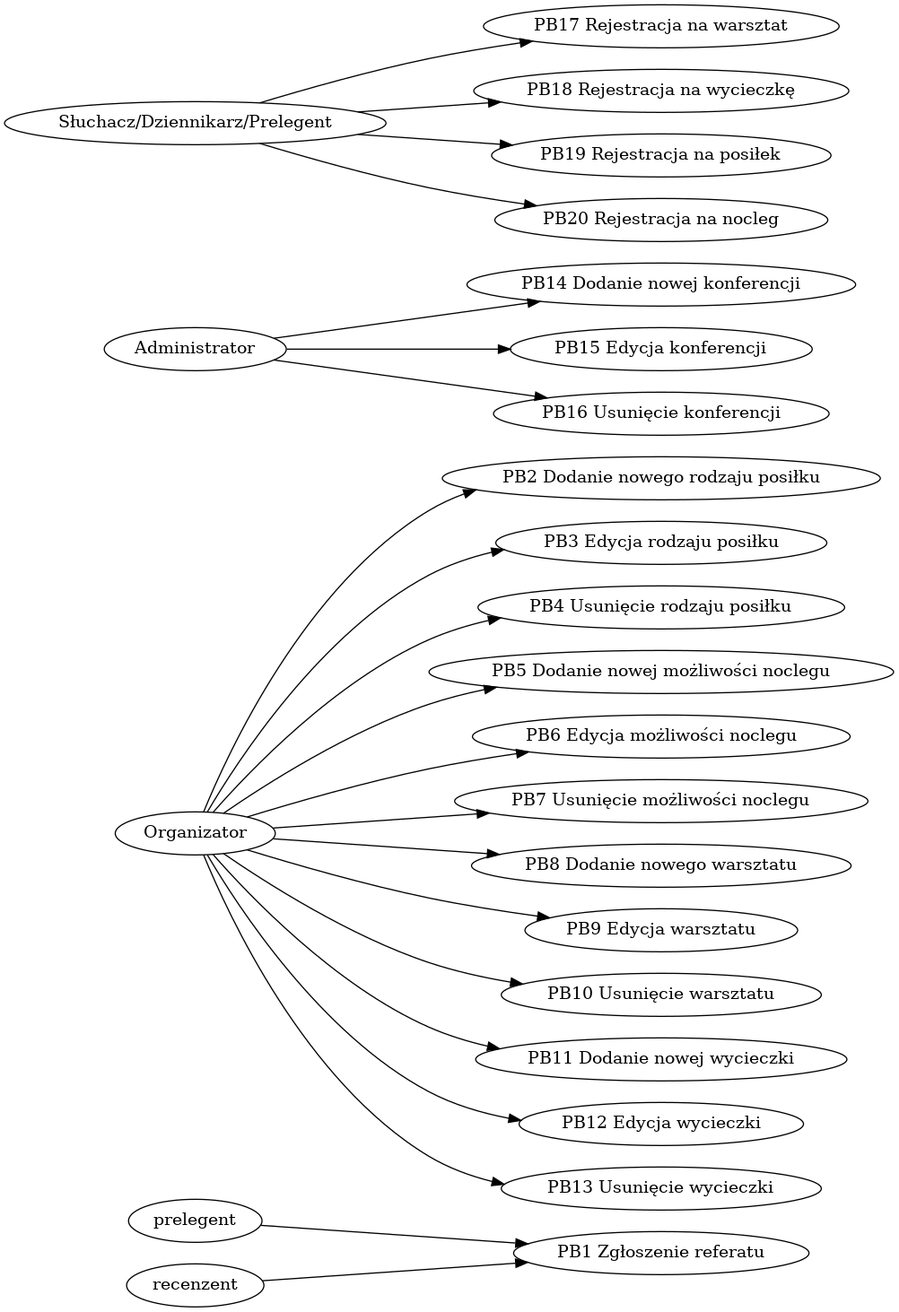
The Graphviz diagram pb.png in zyla/iop_konferencja, before a commit. Its source is kept beside it as pb.dot.
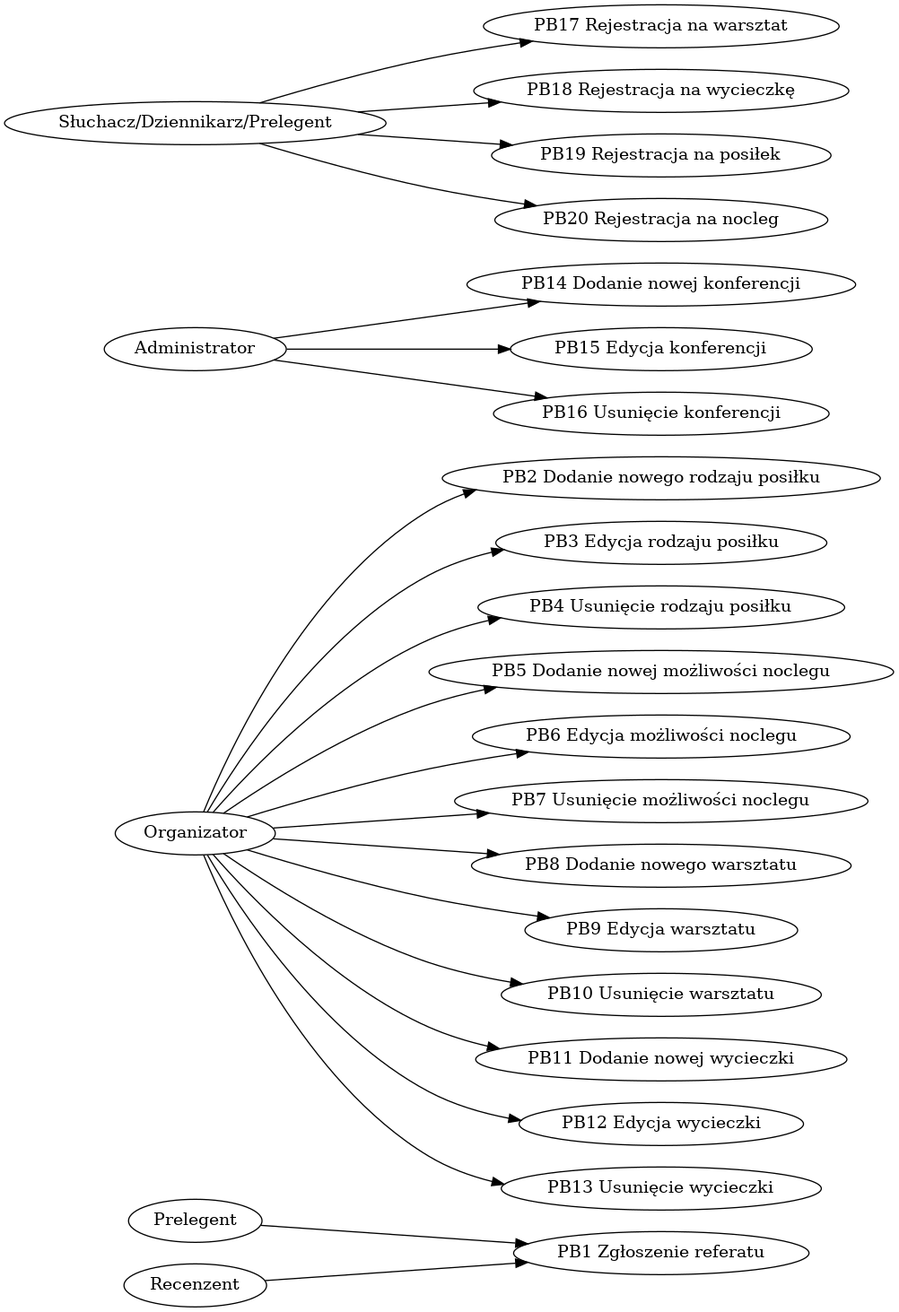
Above is the later version.

The edit, as a diff of the source:
```diff
@@ -1,5 +1,5 @@
-digraph { rankdir=LR; "prelegent" -> "PB1 Zgłoszenie referatu"
-"recenzent" -> "PB1 Zgłoszenie referatu"
+digraph { rankdir=LR; "Prelegent" -> "PB1 Zgłoszenie referatu"
+"Recenzent" -> "PB1 Zgłoszenie referatu"
 "Organizator" -> "PB2 Dodanie nowego rodzaju posiłku"
 "Organizator" -> "PB3 Edycja rodzaju posiłku"
 "Organizator" -> "PB4 Usunięcie rodzaju posiłku"
```
